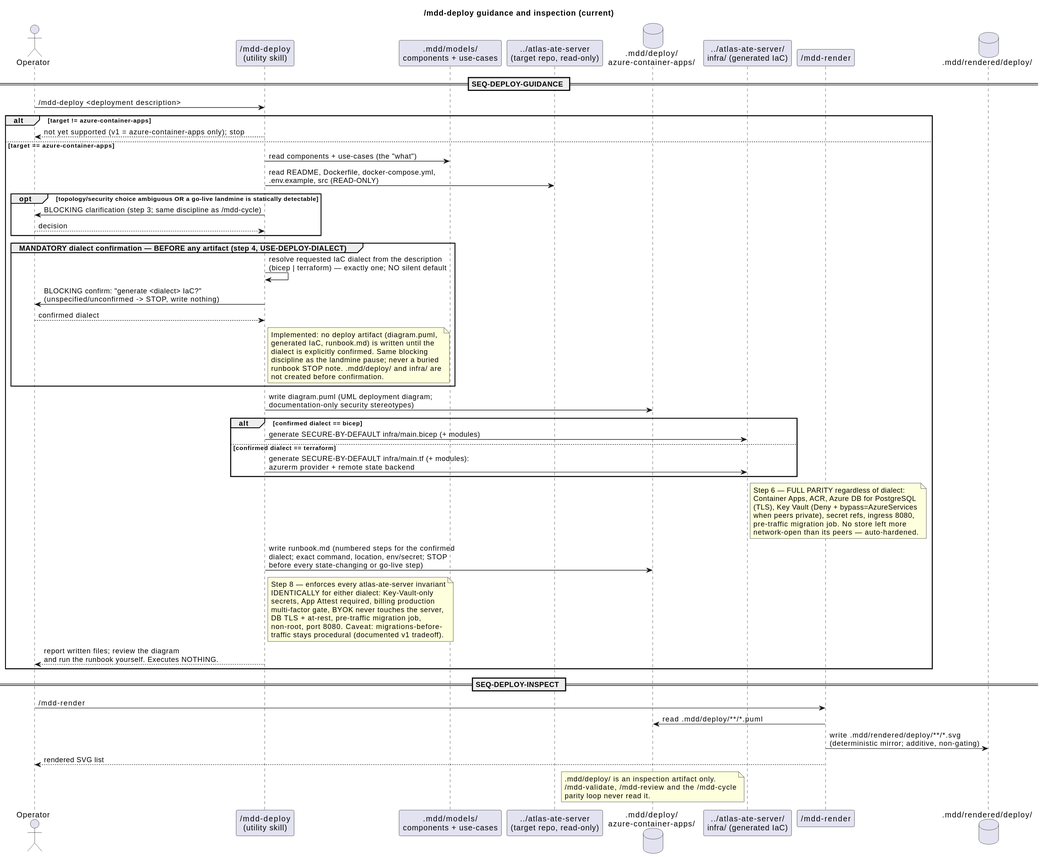
Above: .mdd/rendered/models/current/sequences/deploy-guidance.svg in cthadeufaria/model-driven-development (PlantUML), before the change.
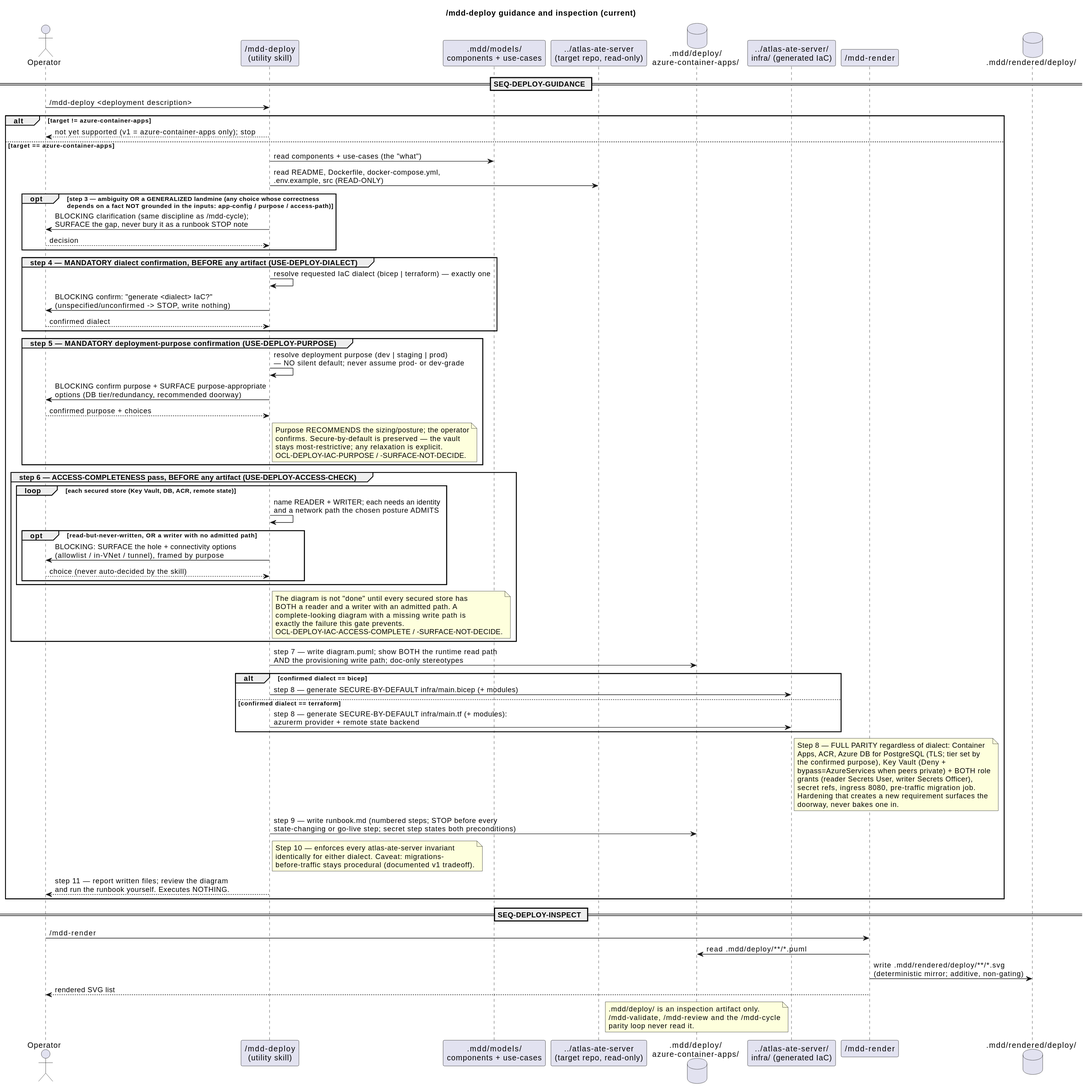
The same diagram one commit later.

What changed in the source:
```diff
@@ -17,50 +17,69 @@
 else target == azure-container-apps
   Dep -> Models : read components + use-cases (the "what")
   Dep -> Target : read README, Dockerfile, docker-compose.yml,\n.env.example, src (READ-ONLY)
-  opt topology/security choice ambiguous OR a go-live landmine is statically detectable
-    Dep -> Op : BLOCKING clarification (step 3; same discipline as /mdd-cycle)
+  opt step 3 — ambiguity OR a GENERALIZED landmine (any choice whose correctness\ndepends on a fact NOT grounded in the inputs: app-config / purpose / access-path)
+    Dep -> Op : BLOCKING clarification (same discipline as /mdd-cycle);\nSURFACE the gap, never bury it as a runbook STOP note
     Op --> Dep : decision
   end
 
-  group MANDATORY dialect confirmation — BEFORE any artifact (step 4, USE-DEPLOY-DIALECT)
-    Dep -> Dep : resolve requested IaC dialect from the description\n(bicep | terraform) — exactly one; NO silent default
+  group step 4 — MANDATORY dialect confirmation, BEFORE any artifact (USE-DEPLOY-DIALECT)
+    Dep -> Dep : resolve requested IaC dialect (bicep | terraform) — exactly one
     Dep -> Op : BLOCKING confirm: "generate <dialect> IaC?"\n(unspecified/unconfirmed -> STOP, write nothing)
     Op --> Dep : confirmed dialect
+  end
+
+  group step 5 — MANDATORY deployment-purpose confirmation (USE-DEPLOY-PURPOSE)
+    Dep -> Dep : resolve deployment purpose (dev | staging | prod)\n— NO silent default; never assume prod- or dev-grade
+    Dep -> Op : BLOCKING confirm purpose + SURFACE purpose-appropriate\noptions (DB tier/redundancy, recommended doorway)
+    Op --> Dep : confirmed purpose + choices
     note right of Dep
-      Implemented: no deploy artifact (diagram.puml,
-      generated IaC, runbook.md) is written until the
-      dialect is explicitly confirmed. Same blocking
-      discipline as the landmine pause; never a buried
-      runbook STOP note. .mdd/deploy/ and infra/ are
-      not created before confirmation.
+      Purpose RECOMMENDS the sizing/posture; the operator
+      confirms. Secure-by-default is preserved — the vault
+      stays most-restrictive; any relaxation is explicit.
+      OCL-DEPLOY-IAC-PURPOSE / -SURFACE-NOT-DECIDE.
     end note
   end
 
-  Dep -> Store : write diagram.puml (UML deployment diagram;\ndocumentation-only security stereotypes)
+  group step 6 — ACCESS-COMPLETENESS pass, BEFORE any artifact (USE-DEPLOY-ACCESS-CHECK)
+    loop each secured store (Key Vault, DB, ACR, remote state)
+      Dep -> Dep : name READER + WRITER; each needs an identity\nand a network path the chosen posture ADMITS
+      opt read-but-never-written, OR a writer with no admitted path
+        Dep -> Op : BLOCKING: SURFACE the hole + connectivity options\n(allowlist / in-VNet / tunnel), framed by purpose
+        Op --> Dep : choice (never auto-decided by the skill)
+      end
+    end
+    note right of Dep
+      The diagram is not "done" until every secured store has
+      BOTH a reader and a writer with an admitted path. A
+      complete-looking diagram with a missing write path is
+      exactly the failure this gate prevents.
+      OCL-DEPLOY-IAC-ACCESS-COMPLETE / -SURFACE-NOT-DECIDE.
+    end note
+  end
+
+  Dep -> Store : step 7 — write diagram.puml; show BOTH the runtime read path\nAND the provisioning write path; doc-only stereotypes
   alt confirmed dialect == bicep
-    Dep -> Infra : generate SECURE-BY-DEFAULT infra/main.bicep (+ modules)
+    Dep -> Infra : step 8 — generate SECURE-BY-DEFAULT infra/main.bicep (+ modules)
   else confirmed dialect == terraform
-    Dep -> Infra : generate SECURE-BY-DEFAULT infra/main.tf (+ modules):\nazurerm provider + remote state backend
+    Dep -> Infra : step 8 — generate SECURE-BY-DEFAULT infra/main.tf (+ modules):\nazurerm provider + remote state backend
   end
   note right of Infra
-    Step 6 — FULL PARITY regardless of dialect:
-    Container Apps, ACR, Azure DB for PostgreSQL
-    (TLS), Key Vault (Deny + bypass=AzureServices
-    when peers private), secret refs, ingress 8080,
-    pre-traffic migration job. No store left more
-    network-open than its peers — auto-hardened.
+    Step 8 — FULL PARITY regardless of dialect: Container
+    Apps, ACR, Azure DB for PostgreSQL (TLS; tier set by
+    the confirmed purpose), Key Vault (Deny +
+    bypass=AzureServices when peers private) + BOTH role
+    grants (reader Secrets User, writer Secrets Officer),
+    secret refs, ingress 8080, pre-traffic migration job.
+    Hardening that creates a new requirement surfaces the
+    doorway, never bakes one in.
   end note
-  Dep -> Store : write runbook.md (numbered steps for the confirmed\ndialect; exact command, location, env/secret; STOP\nbefore every state-changing or go-live step)
+  Dep -> Store : step 9 — write runbook.md (numbered steps; STOP before every\nstate-changing or go-live step; secret step states both preconditions)
   note right of Dep
-    Step 8 — enforces every atlas-ate-server invariant
-    IDENTICALLY for either dialect: Key-Vault-only
-    secrets, App Attest required, billing production
-    multi-factor gate, BYOK never touches the server,
-    DB TLS + at-rest, pre-traffic migration job,
-    non-root, port 8080. Caveat: migrations-before-
-    traffic stays procedural (documented v1 tradeoff).
+    Step 10 — enforces every atlas-ate-server invariant
+    identically for either dialect. Caveat: migrations-
+    before-traffic stays procedural (documented v1 tradeoff).
   end note
-  Dep --> Op : report written files; review the diagram\nand run the runbook yourself. Executes NOTHING.
+  Dep --> Op : step 11 — report written files; review the diagram\nand run the runbook yourself. Executes NOTHING.
 end
 
 == SEQ-DEPLOY-INSPECT ==
```
